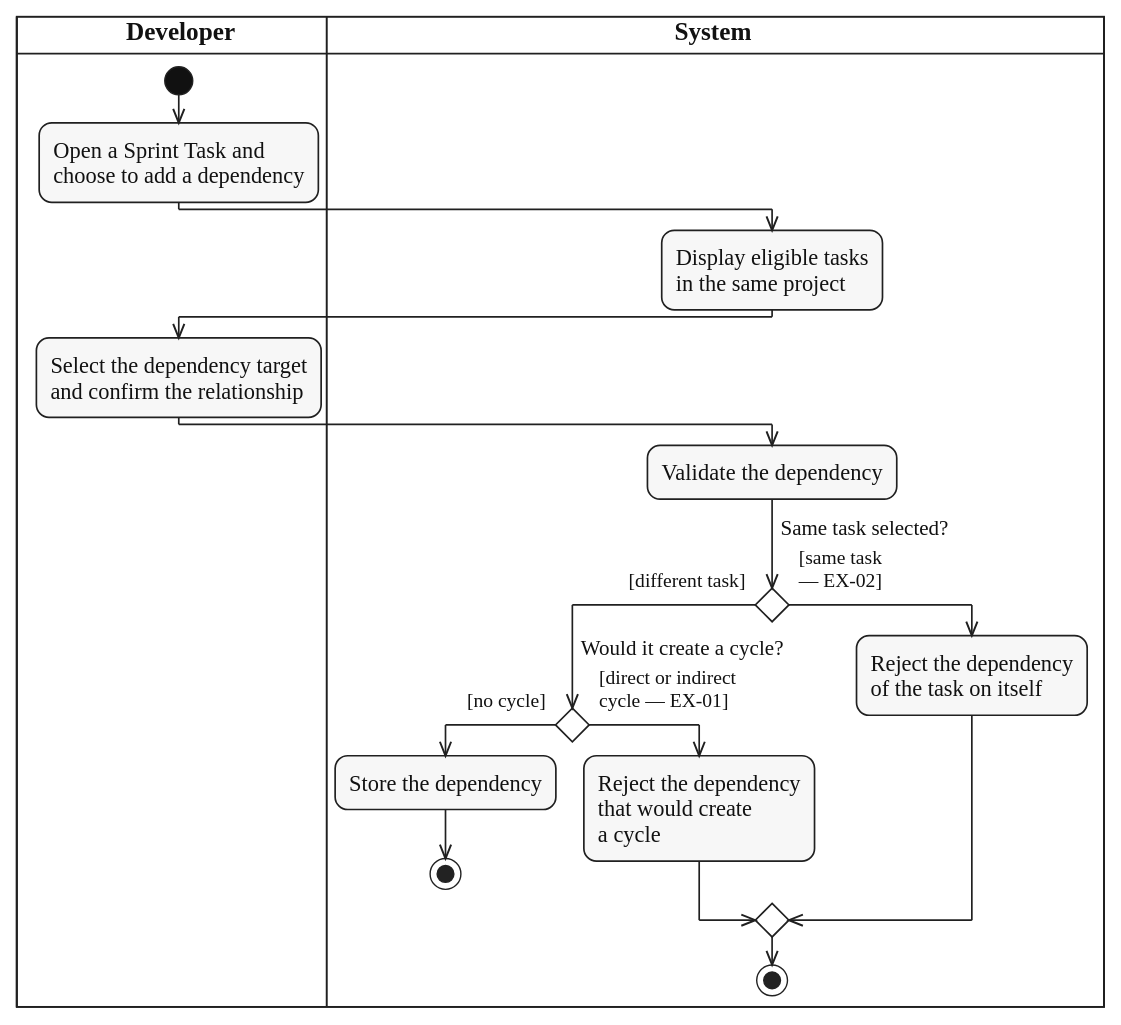
Above: diagrams/activity/sprint-work/svg/UC-TASK-DEPENDENCY-ADD.svg in lukenab/swd392-doc-automation (PlantUML), before the change. Its source is kept beside it as diagrams/activity/sprint-work/source/UC-TASK-DEPENDENCY-ADD.puml.
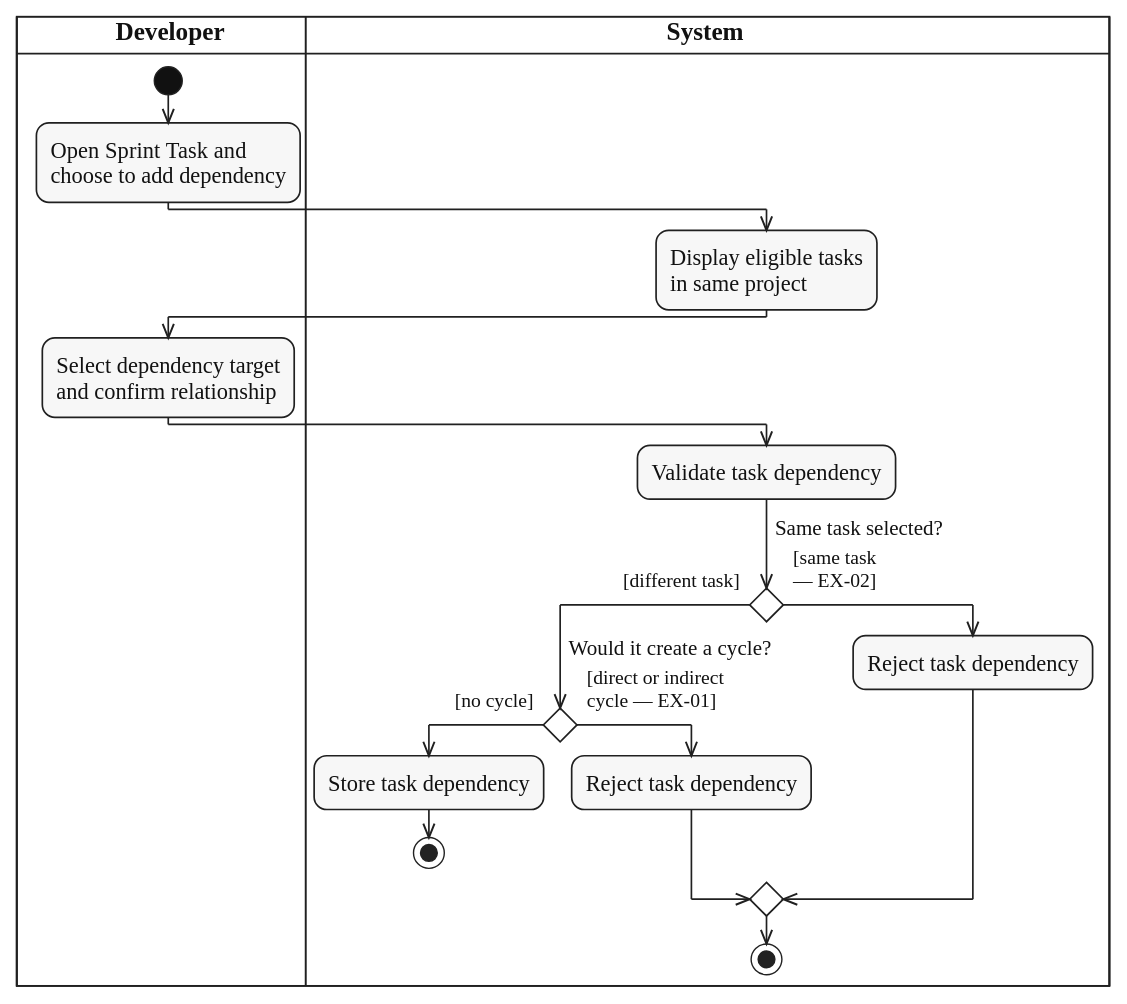
After the commit.

The edit, as a diff of the source:
```diff
@@ -5,28 +5,25 @@
 
 |DEV|
 start
-:Open a Sprint Task and
-choose to add a dependency;
+:Open Sprint Task and
+choose to add dependency;
 |SYS|
 :Display eligible tasks
-in the same project;
+in same project;
 |DEV|
-:Select the dependency target
-and confirm the relationship;
+:Select dependency target
+and confirm relationship;
 |SYS|
-:Validate the dependency;
+:Validate task dependency;
 if ($question("Same task selected?")) then ($guard_left("[different task]"))
   if ($question("Would it create a cycle?")) then ($guard_left("[no cycle]"))
-    :Store the dependency;
+    :Store task dependency;
     stop
   else ($guard_right("[direct or indirect", "cycle — EX-01]"))
-    :Reject the dependency
-    that would create
-    a cycle;
+    :Reject task dependency;
   endif
 else ($guard_right("[same task", "— EX-02]"))
-  :Reject the dependency
-  of the task on itself;
+  :Reject task dependency;
 endif
 stop
 @enduml
```
